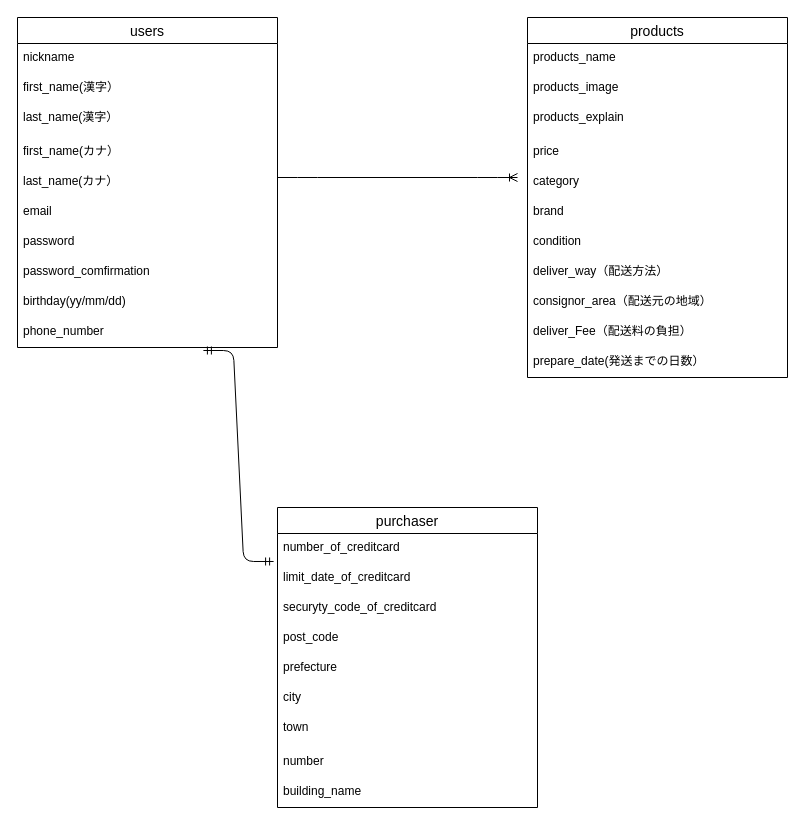
This is er.dio from ryo-yamane/furima-34536, a draw.io file, before an edit. Source tidied: cells renumbered, new cells numbered last; positions are measured from the earlier drawing's top-left corner, leaving out a move shared by most shapes. Both pictures are drawn from the tidied source at 100%, with x=0, y=0 at pixel (17, 17).
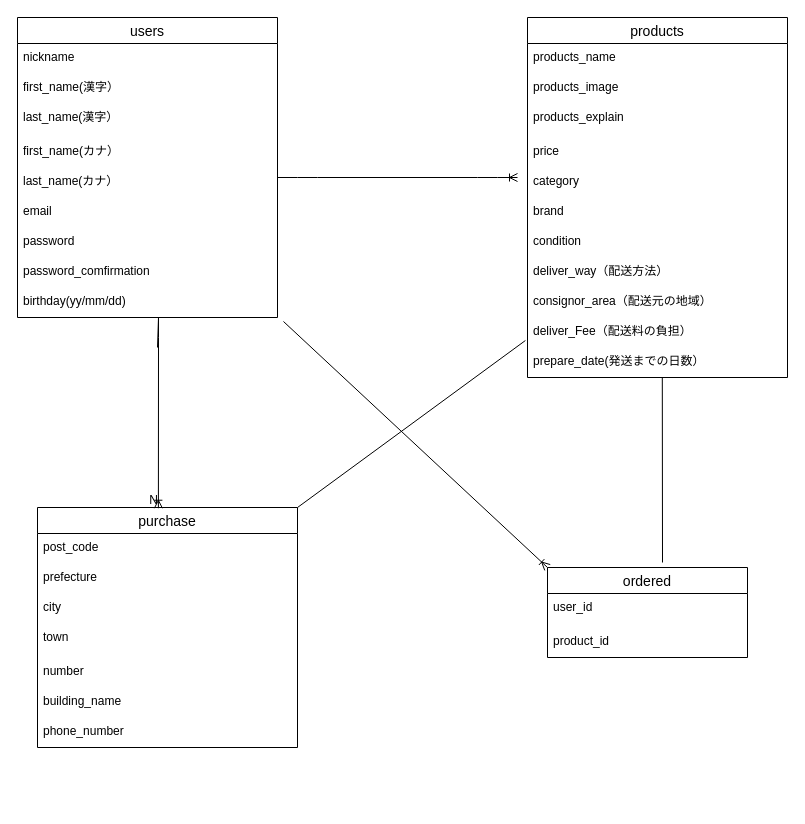
After the change.

Unchanged cells that the change refers to:
```xml
<mxCell id="11" value="birthday(yy/mm/dd)" style="text;strokeColor=none;fillColor=none;spacingLeft=4;spacingRight=4;overflow=hidden;points=[[0,0.5],[1,0.5]];portConstraint=eastwest;fontSize=12;" parent="2" vertex="1">
  <mxGeometry y="270" width="260" height="30" as="geometry" />
</mxCell>
<mxCell id="23" value="deliver_Fee（配送料の負担）" style="text;strokeColor=none;fillColor=none;spacingLeft=4;spacingRight=4;overflow=hidden;points=[[0,0.5],[1,0.5]];portConstraint=eastwest;fontSize=12;" parent="13" vertex="1">
  <mxGeometry y="300" width="260" height="30" as="geometry" />
</mxCell>
```

What changed in the source:
```diff
@@
     <mxCell id="2" value="users" style="swimlane;fontStyle=0;horizontal=1;startSize=26;align=center;fontSize=14;" parent="1" vertex="1">
-      <mxGeometry width="260" height="330" as="geometry" />
+      <mxGeometry width="260" height="300" as="geometry" />
     </mxCell>
@@
-    <mxCell id="12" value="phone_number&#10;" style="text;strokeColor=none;fillColor=none;spacingLeft=4;spacingRight=4;overflow=hidden;points=[[0,0.5],[1,0.5]];portConstraint=eastwest;fontSize=12;" parent="2" vertex="1">
-      <mxGeometry y="300" width="260" height="30" as="geometry" />
-    </mxCell>
@@
-    <mxCell id="25" value="purchaser" style="swimlane;fontStyle=0;horizontal=1;startSize=26;align=center;fontSize=14;" parent="1" vertex="1">
-      <mxGeometry x="260" y="490" width="260" height="300" as="geometry" />
+    <mxCell id="25" value="purchase" style="swimlane;fontStyle=0;horizontal=1;startSize=26;align=center;fontSize=14;" parent="1" vertex="1">
+      <mxGeometry x="20" y="490" width="260" height="240" as="geometry" />
     </mxCell>
-    <mxCell id="26" value="number_of_creditcard" style="text;strokeColor=none;fillColor=none;spacingLeft=4;spacingRight=4;overflow=hidden;points=[[0,0.5],[1,0.5]];portConstraint=eastwest;fontSize=12;" parent="25" vertex="1">
-      <mxGeometry y="26" width="260" height="30" as="geometry" />
-    </mxCell>
-    <mxCell id="27" value="limit_date_of_creditcard" style="text;strokeColor=none;fillColor=none;spacingLeft=4;spacingRight=4;overflow=hidden;fontSize=12;" parent="25" vertex="1">
-      <mxGeometry y="56" width="260" height="30" as="geometry" />
-    </mxCell>
-    <mxCell id="28" value="securyty_code_of_creditcard" style="text;strokeColor=none;fillColor=none;spacingLeft=4;spacingRight=4;overflow=hidden;fontSize=12;" parent="25" vertex="1">
-      <mxGeometry y="86" width="260" height="30" as="geometry" />
-    </mxCell>
     <mxCell id="29" value="post_code" style="text;strokeColor=none;fillColor=none;spacingLeft=4;spacingRight=4;overflow=hidden;fontSize=12;" parent="25" vertex="1">
-      <mxGeometry y="116" width="260" height="30" as="geometry" />
+      <mxGeometry y="26" width="260" height="30" as="geometry" />
     </mxCell>
     <mxCell id="30" value="prefecture" style="text;strokeColor=none;fillColor=none;spacingLeft=4;spacingRight=4;overflow=hidden;fontSize=12;" parent="25" vertex="1">
-      <mxGeometry y="146" width="260" height="30" as="geometry" />
+      <mxGeometry y="56" width="260" height="30" as="geometry" />
     </mxCell>
     <mxCell id="31" value="city" style="text;strokeColor=none;fillColor=none;spacingLeft=4;spacingRight=4;overflow=hidden;fontSize=12;" parent="25" vertex="1">
-      <mxGeometry y="176" width="260" height="30" as="geometry" />
+      <mxGeometry y="86" width="260" height="30" as="geometry" />
     </mxCell>
     <mxCell id="32" value="town" style="text;strokeColor=none;fillColor=none;spacingLeft=4;spacingRight=4;overflow=hidden;fontSize=12;" parent="25" vertex="1">
-      <mxGeometry y="206" width="260" height="34" as="geometry" />
+      <mxGeometry y="116" width="260" height="34" as="geometry" />
     </mxCell>
     <mxCell id="33" value="number" style="text;strokeColor=none;fillColor=none;spacingLeft=4;spacingRight=4;overflow=hidden;fontSize=12;" parent="25" vertex="1">
-      <mxGeometry y="240" width="260" height="30" as="geometry" />
+      <mxGeometry y="150" width="260" height="30" as="geometry" />
     </mxCell>
     <mxCell id="34" value="building_name" style="text;strokeColor=none;fillColor=none;spacingLeft=4;spacingRight=4;overflow=hidden;fontSize=12;" parent="25" vertex="1">
-      <mxGeometry y="270" width="260" height="30" as="geometry" />
+      <mxGeometry y="180" width="260" height="30" as="geometry" />
     </mxCell>
+    <mxCell id="12" value="phone_number&#10;" style="text;strokeColor=none;fillColor=none;spacingLeft=4;spacingRight=4;overflow=hidden;points=[[0,0.5],[1,0.5]];portConstraint=eastwest;fontSize=12;" parent="25" vertex="1">
+      <mxGeometry y="210" width="260" height="30" as="geometry" />
+    </mxCell>
@@
-    <mxCell id="36" style="edgeStyle=entityRelationEdgeStyle;fontSize=12;html=1;endArrow=ERmandOne;startArrow=ERmandOne;entryX=0.715;entryY=1.1;entryDx=0;entryDy=0;entryPerimeter=0;exitX=-0.015;exitY=0.933;exitDx=0;exitDy=0;exitPerimeter=0;" parent="1" edge="1" source="26" target="12">
-      <mxGeometry relative="1" as="geometry" />
-    </mxCell>
+    <mxCell id="37" value="ordered" style="swimlane;fontStyle=0;horizontal=1;startSize=26;align=center;fontSize=14;" parent="1" vertex="1">
+      <mxGeometry x="530" y="550" width="200" height="90" as="geometry" />
+    </mxCell>
+    <mxCell id="38" value="user_id" style="text;strokeColor=none;fillColor=none;spacingLeft=4;spacingRight=4;overflow=hidden;fontSize=12;" parent="37" vertex="1">
+      <mxGeometry y="26" width="200" height="34" as="geometry" />
+    </mxCell>
+    <mxCell id="39" value="product_id" style="text;strokeColor=none;fillColor=none;spacingLeft=4;spacingRight=4;overflow=hidden;fontSize=12;" parent="37" vertex="1">
+      <mxGeometry y="60" width="200" height="30" as="geometry" />
+    </mxCell>
+    <mxCell id="40" style="endArrow=ERoneToMany;html=1;rounded=0;endFill=0;entryX=0.465;entryY=0.003;entryDx=0;entryDy=0;entryPerimeter=0;" parent="1" edge="1" target="25">
+      <mxGeometry relative="1" as="geometry">
+        <mxPoint x="140" y="330" as="sourcePoint" />
+        <Array as="points">
+          <mxPoint x="141" y="300" />
+          <mxPoint x="141" y="320" />
+        </Array>
+      </mxGeometry>
+    </mxCell>
+    <mxCell id="41" value="N" style="html=1;align=right;verticalAlign=bottom;" parent="40" vertex="1">
+      <mxGeometry x="1" relative="1" as="geometry" />
+    </mxCell>
+    <mxCell id="42" style="endArrow=none;html=1;rounded=0;" parent="1" edge="1">
+      <mxGeometry relative="1" as="geometry">
+        <mxPoint x="644.8" y="360" as="sourcePoint" />
+        <mxPoint x="645" y="545" as="targetPoint" />
+      </mxGeometry>
+    </mxCell>
+    <mxCell id="43" style="endArrow=none;html=1;rounded=0;entryX=1;entryY=0;entryDx=0;entryDy=0;exitX=-0.008;exitY=0.767;exitDx=0;exitDy=0;exitPerimeter=0;" parent="1" edge="1" source="23" target="25">
+      <mxGeometry relative="1" as="geometry" />
+    </mxCell>
+    <mxCell id="44" style="endArrow=ERoneToMany;html=1;rounded=0;entryX=0;entryY=0;entryDx=0;entryDy=0;exitX=1.023;exitY=1.133;exitDx=0;exitDy=0;exitPerimeter=0;endFill=0;" parent="1" edge="1" source="11" target="37">
+      <mxGeometry relative="1" as="geometry" />
+    </mxCell>
```
